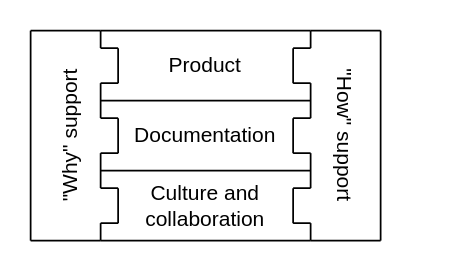
The draw.io diagram images/raw/project-blocks.drawio in seedcase-project/seedcase-website, before the edit. Source tidied: cells renumbered, new cells numbered last; positions are measured from the earlier drawing's top-left corner, leaving out a move shared by most shapes. Both pictures are drawn from the tidied source at 175%, with x=0, y=0 at pixel (-5, 30).
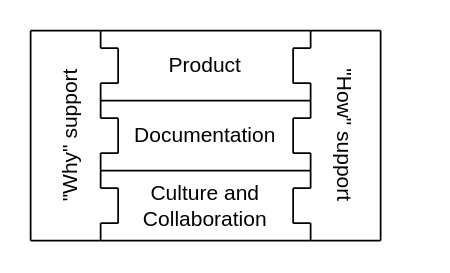
The same diagram, later.

The change refers to these unchanged cells:
```xml
<mxCell id="3" style="group;" parent="2" vertex="1">
  <mxGeometry width="222.5" height="120" as="geometry" />
</mxCell>
```

The edit, as a diff of the source:
```diff
@@
-    <mxCell id="28" value="Culture and collaboration" style="text;html=1;strokeColor=none;fillColor=none;align=center;verticalAlign=middle;whiteSpace=wrap;rounded=0;shadow=0;glass=0;sketch=0;" parent="3" vertex="1">
+    <mxCell id="28" value="Culture and Collaboration" style="text;html=1;strokeColor=none;fillColor=none;align=center;verticalAlign=middle;whiteSpace=wrap;rounded=0;shadow=0;glass=0;sketch=0;" parent="3" vertex="1">
       <mxGeometry x="50" y="85" width="100" height="30" as="geometry" />
     </mxCell>
```
